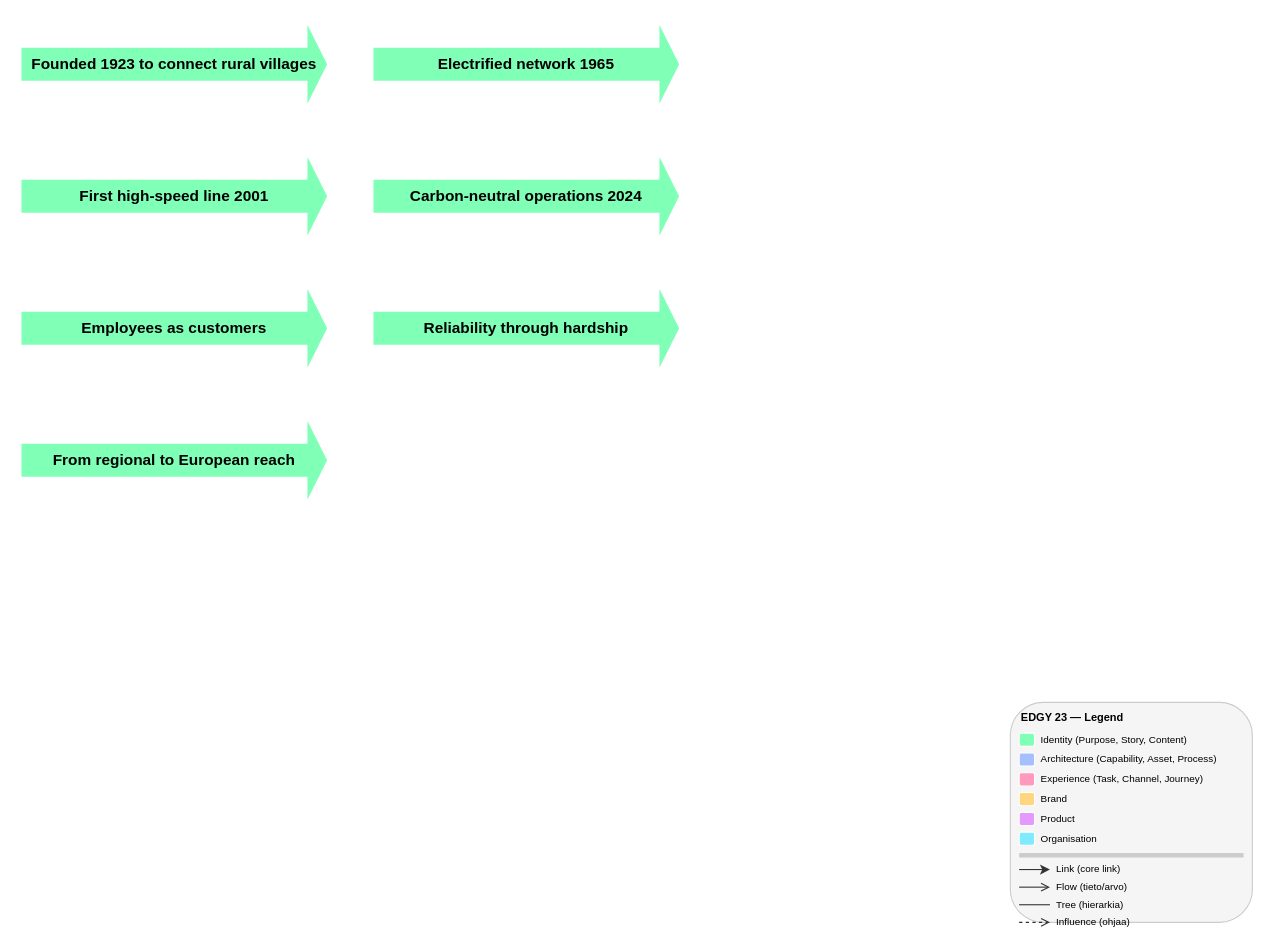
The draw.io diagram skills/documentation/edgy-diagram/examples/expected-story.drawio in Rahola/edgy-skills, before the edit. Source tidied: cells renumbered, new cells numbered last; positions are measured from the earlier drawing's top-left corner, leaving out a move shared by most shapes. Both pictures are drawn from the tidied source at 110%, with x=0, y=0 at pixel (20, 20).
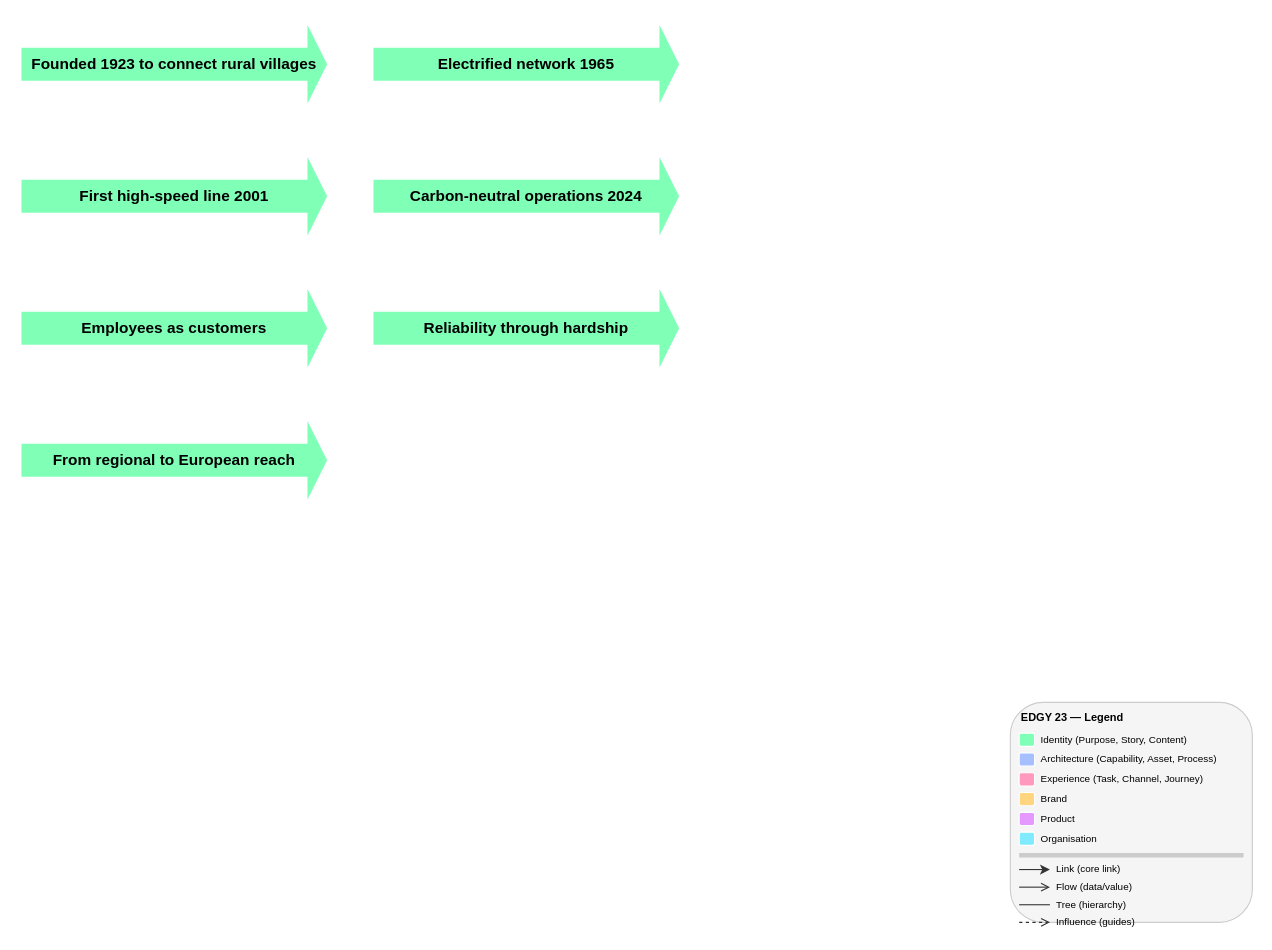
The same page after the edit.

Change to the diagram source:
```diff
@@
-    <mxCell id="27" value="Flow (tieto/arvo)" style="text;html=1;align=left;verticalAlign=middle;strokeColor=none;fillColor=none;fontSize=9;" parent="1" vertex="1">
+    <mxCell id="27" value="Flow (data/value)" style="text;html=1;align=left;verticalAlign=middle;strokeColor=none;fillColor=none;fontSize=9;" parent="1" vertex="1">
       <mxGeometry x="940" y="780" width="172" height="16" as="geometry" />
     </mxCell>
@@
-    <mxCell id="29" value="Tree (hierarkia)" style="text;html=1;align=left;verticalAlign=middle;strokeColor=none;fillColor=none;fontSize=9;" parent="1" vertex="1">
+    <mxCell id="29" value="Tree (hierarchy)" style="text;html=1;align=left;verticalAlign=middle;strokeColor=none;fillColor=none;fontSize=9;" parent="1" vertex="1">
       <mxGeometry x="940" y="796" width="172" height="16" as="geometry" />
     </mxCell>
@@
-    <mxCell id="31" value="Influence (ohjaa)" style="text;html=1;align=left;verticalAlign=middle;strokeColor=none;fillColor=none;fontSize=9;" parent="1" vertex="1">
+    <mxCell id="31" value="Influence (guides)" style="text;html=1;align=left;verticalAlign=middle;strokeColor=none;fillColor=none;fontSize=9;" parent="1" vertex="1">
       <mxGeometry x="940" y="812" width="172" height="16" as="geometry" />
     </mxCell>
```
